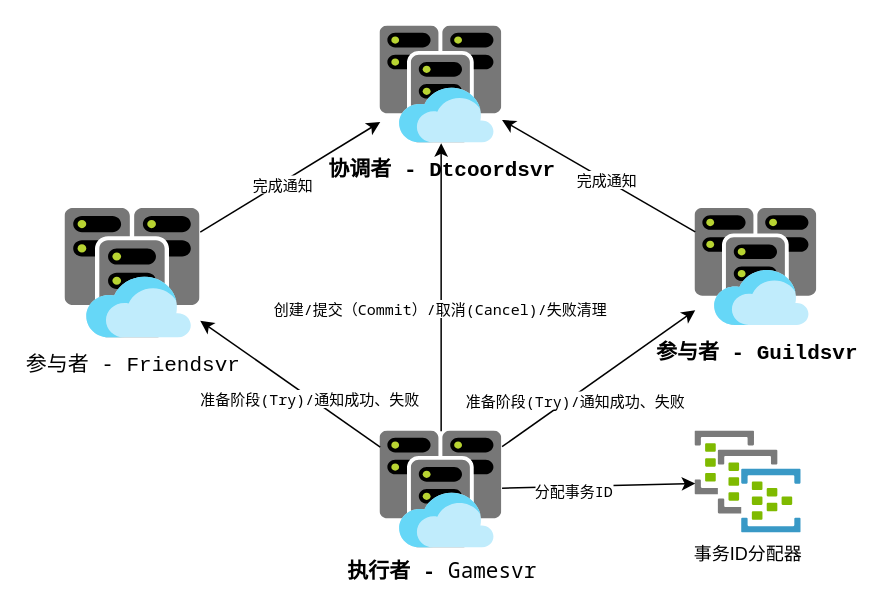
Before: page "transaction roles" (2 of 2) of source/post/2020/2005.drawio in owent/blog-hugo, a draw.io diagram. Source tidied: cells renumbered, new cells numbered last; positions are measured from the earlier drawing's top-left corner, leaving out a move shared by most shapes. Both pictures are drawn from the tidied source at 150%, with x=0, y=0 at pixel (64, 26).
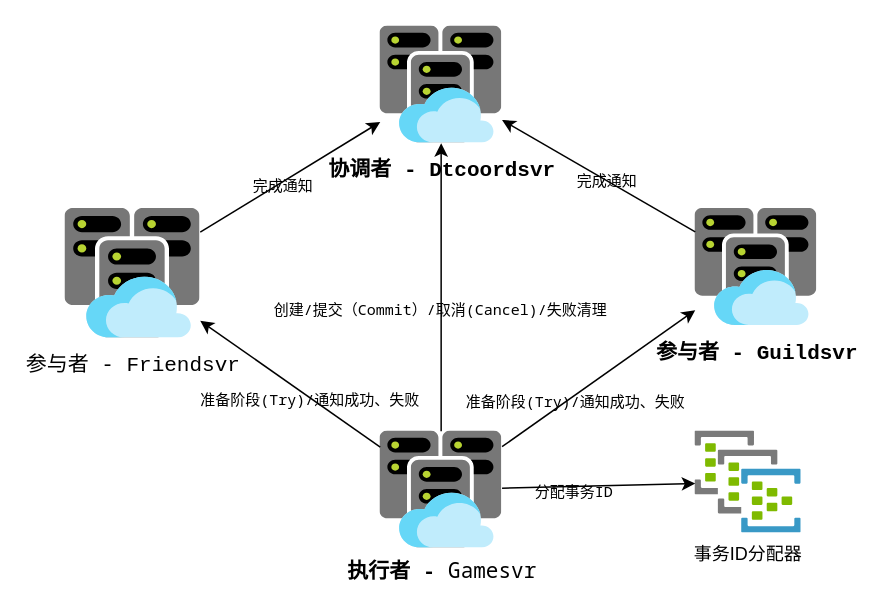
Above is the later version.

What changed in the source:
```diff
@@
 <mxGraphModel>
   <root>
     <mxCell id="0" />
     <mxCell id="1" parent="0" />
     <mxCell id="2" value="&lt;span style=&quot;font-weight: bold; font-family: &amp;quot;noto sans mono cjk sc, noto sans mono, dejavu sans mono, noto mono, yahei consolas hybrid,source code pro,microsoft yahei, consolas, serif&amp;quot;, consolas, &amp;quot;courier new&amp;quot;, monospace; font-size: 14px;&quot;&gt;执行者 -&amp;nbsp;&lt;/span&gt;Gamesvr" style="html=1;points=[];align=center;image;fontSize=14;image=img/lib/mscae/Virtual_Clusters.svg;fontFamily=Fira Code Retina, Noto Sans Mono, DejaVu Sans Mono, Noto Mono, Noto Sans Mono CJK SC, YaHei Consolas Hybrid,Source Code Pro,Microsoft YaHei, Consolas, serif;labelBackgroundColor=none;fontColor=#000000;" parent="1" vertex="1">
       <mxGeometry x="210" y="270" width="81.2" height="78" as="geometry" />
     </mxCell>
     <mxCell id="3" value="&lt;div style=&quot;font-family: &amp;quot;noto sans mono cjk sc, noto sans mono, dejavu sans mono, noto mono, yahei consolas hybrid,source code pro,microsoft yahei, consolas, serif&amp;quot;, consolas, &amp;quot;courier new&amp;quot;, monospace; font-size: 14px; line-height: 22px;&quot;&gt;&lt;span style=&quot;font-size: 14px;&quot;&gt;参与者 - Friendsvr&lt;/span&gt;&lt;/div&gt;" style="html=1;points=[];align=center;image;fontSize=14;image=img/lib/mscae/Virtual_Clusters.svg;fontFamily=Fira Code Retina, Noto Sans Mono, DejaVu Sans Mono, Noto Mono, Noto Sans Mono CJK SC, YaHei Consolas Hybrid,Source Code Pro,Microsoft YaHei, Consolas, serif;labelBackgroundColor=none;fontColor=#000000;fontStyle=0;" parent="1" vertex="1">
       <mxGeometry y="121.6" width="90" height="86.4" as="geometry" />
     </mxCell>
     <mxCell id="4" value="&lt;div style=&quot;font-family: &amp;quot;noto sans mono cjk sc, noto sans mono, dejavu sans mono, noto mono, yahei consolas hybrid,source code pro,microsoft yahei, consolas, serif&amp;quot;, consolas, &amp;quot;courier new&amp;quot;, monospace; font-size: 14px; line-height: 22px;&quot;&gt;&lt;span style=&quot;font-weight: bold; font-size: 14px;&quot;&gt;参与者 - Guildsvr&lt;/span&gt;&lt;/div&gt;" style="html=1;points=[];align=center;image;fontSize=14;image=img/lib/mscae/Virtual_Clusters.svg;fontFamily=Fira Code Retina, Noto Sans Mono, DejaVu Sans Mono, Noto Mono, Noto Sans Mono CJK SC, YaHei Consolas Hybrid,Source Code Pro,Microsoft YaHei, Consolas, serif;labelBackgroundColor=none;fontColor=#000000;" parent="1" vertex="1">
       <mxGeometry x="420" y="121.6" width="81.2" height="78" as="geometry" />
     </mxCell>
     <mxCell id="5" value="&lt;div style=&quot;font-family: &amp;quot;noto sans mono cjk sc, noto sans mono, dejavu sans mono, noto mono, yahei consolas hybrid,source code pro,microsoft yahei, consolas, serif&amp;quot;, consolas, &amp;quot;courier new&amp;quot;, monospace; font-size: 14px; line-height: 22px;&quot;&gt;&lt;span style=&quot;font-weight: bold; font-size: 14px;&quot;&gt;协调者 - Dtcoordsvr&lt;/span&gt;&lt;/div&gt;" style="html=1;points=[];align=center;image;fontSize=14;image=img/lib/mscae/Virtual_Clusters.svg;fontFamily=Fira Code Retina, Noto Sans Mono, DejaVu Sans Mono, Noto Mono, Noto Sans Mono CJK SC, YaHei Consolas Hybrid,Source Code Pro,Microsoft YaHei, Consolas, serif;labelBackgroundColor=none;fontColor=#000000;" parent="1" vertex="1">
       <mxGeometry x="210" width="81.2" height="78" as="geometry" />
     </mxCell>
-    <mxCell id="6" style="endArrow=classic;html=1;fontSize=14;fontColor=#000000;" parent="1" edge="1" source="2" target="3">
+    <mxCell id="6" style="endArrow=classic;html=1;fontSize=14;fontColor=#000000;labelBackgroundColor=none;" parent="1" edge="1" source="2" target="3">
       <mxGeometry relative="1" as="geometry" />
     </mxCell>
-    <mxCell id="7" value="准备阶段(Try)/通知成功、失败" style="edgeLabel;html=1;align=center;verticalAlign=middle;fontSize=10;fontFamily=Fira Code Retina, Noto Sans Mono, DejaVu Sans Mono, Noto Mono, Noto Sans Mono CJK SC, YaHei Consolas Hybrid,Source Code Pro,Microsoft YaHei, Consolas, serif;fontColor=#000000;" parent="6" vertex="1">
+    <mxCell id="7" value="准备阶段(Try)/通知成功、失败" style="edgeLabel;html=1;align=center;verticalAlign=middle;fontSize=10;fontFamily=Fira Code Retina, Noto Sans Mono, DejaVu Sans Mono, Noto Mono, Noto Sans Mono CJK SC, YaHei Consolas Hybrid,Source Code Pro,Microsoft YaHei, Consolas, serif;fontColor=#000000;labelBackgroundColor=none;" parent="6" vertex="1">
       <mxGeometry x="-0.21" relative="1" as="geometry" />
     </mxCell>
-    <mxCell id="8" style="endArrow=classic;html=1;fontSize=14;fontColor=#000000;" parent="1" edge="1" source="2" target="4">
+    <mxCell id="8" style="endArrow=classic;html=1;fontSize=14;fontColor=#000000;labelBackgroundColor=none;" parent="1" edge="1" source="2" target="4">
       <mxGeometry relative="1" as="geometry" />
     </mxCell>
-    <mxCell id="9" value="准备阶段(Try)/通知成功、失败" style="edgeLabel;html=1;align=center;verticalAlign=middle;fontSize=10;fontColor=#000000;fontFamily=Fira Code Retina, Noto Sans Mono, DejaVu Sans Mono, Noto Mono, Noto Sans Mono CJK SC, YaHei Consolas Hybrid,Source Code Pro,Microsoft YaHei, Consolas, serif;" parent="8" vertex="1">
+    <mxCell id="9" value="准备阶段(Try)/通知成功、失败" style="edgeLabel;html=1;align=center;verticalAlign=middle;fontSize=10;fontColor=#000000;fontFamily=Fira Code Retina, Noto Sans Mono, DejaVu Sans Mono, Noto Mono, Noto Sans Mono CJK SC, YaHei Consolas Hybrid,Source Code Pro,Microsoft YaHei, Consolas, serif;labelBackgroundColor=none;" parent="8" vertex="1">
       <mxGeometry x="-0.27" y="-2" relative="1" as="geometry" />
     </mxCell>
-    <mxCell id="10" style="endArrow=classic;html=1;fontSize=14;fontColor=#000000;" parent="1" edge="1" source="2" target="5">
+    <mxCell id="10" style="endArrow=classic;html=1;fontSize=14;fontColor=#000000;labelBackgroundColor=none;" parent="1" edge="1" source="2" target="5">
       <mxGeometry relative="1" as="geometry" />
     </mxCell>
-    <mxCell id="11" value="创建/提交（Commit）/取消(Cancel)/失败清理" style="edgeLabel;html=1;align=center;verticalAlign=middle;fontSize=10;fontFamily=Fira Code Retina, Noto Sans Mono, DejaVu Sans Mono, Noto Mono, Noto Sans Mono CJK SC, YaHei Consolas Hybrid,Source Code Pro,Microsoft YaHei, Consolas, serif;fontColor=#000000;" parent="10" vertex="1">
+    <mxCell id="11" value="创建/提交（Commit）/取消(Cancel)/失败清理" style="edgeLabel;html=1;align=center;verticalAlign=middle;fontSize=10;fontFamily=Fira Code Retina, Noto Sans Mono, DejaVu Sans Mono, Noto Mono, Noto Sans Mono CJK SC, YaHei Consolas Hybrid,Source Code Pro,Microsoft YaHei, Consolas, serif;fontColor=#000000;labelBackgroundColor=none;" parent="10" vertex="1">
       <mxGeometry x="-0.14" y="1" relative="1" as="geometry" />
     </mxCell>
-    <mxCell id="12" style="endArrow=classic;html=1;fontSize=14;fontColor=#000000;" parent="1" edge="1" source="3" target="5">
+    <mxCell id="12" style="endArrow=classic;html=1;fontSize=14;fontColor=#000000;labelBackgroundColor=none;" parent="1" edge="1" source="3" target="5">
       <mxGeometry relative="1" as="geometry" />
     </mxCell>
-    <mxCell id="13" value="完成通知" style="edgeLabel;html=1;align=center;verticalAlign=middle;fontSize=10;fontFamily=Fira Code Retina, Noto Sans Mono, DejaVu Sans Mono, Noto Mono, Noto Sans Mono CJK SC, YaHei Consolas Hybrid,Source Code Pro,Microsoft YaHei, Consolas, serif;fontColor=#000000;" parent="12" vertex="1">
+    <mxCell id="13" value="完成通知" style="edgeLabel;html=1;align=center;verticalAlign=middle;fontSize=10;fontFamily=Fira Code Retina, Noto Sans Mono, DejaVu Sans Mono, Noto Mono, Noto Sans Mono CJK SC, YaHei Consolas Hybrid,Source Code Pro,Microsoft YaHei, Consolas, serif;fontColor=#000000;labelBackgroundColor=none;" parent="12" vertex="1">
       <mxGeometry x="-0.09" y="1" relative="1" as="geometry">
         <mxPoint y="1" as="offset" />
       </mxGeometry>
     </mxCell>
-    <mxCell id="14" style="endArrow=classic;html=1;fontSize=14;fontColor=#000000;" parent="1" edge="1" source="4" target="5">
+    <mxCell id="14" style="endArrow=classic;html=1;fontSize=14;fontColor=#000000;labelBackgroundColor=none;" parent="1" edge="1" source="4" target="5">
       <mxGeometry relative="1" as="geometry" />
     </mxCell>
-    <mxCell id="15" value="完成通知" style="edgeLabel;html=1;align=center;verticalAlign=middle;fontSize=10;fontFamily=Fira Code Retina, Noto Sans Mono, DejaVu Sans Mono, Noto Mono, Noto Sans Mono CJK SC, YaHei Consolas Hybrid,Source Code Pro,Microsoft YaHei, Consolas, serif;fontColor=#000000;" parent="14" vertex="1">
+    <mxCell id="15" value="完成通知" style="edgeLabel;html=1;align=center;verticalAlign=middle;fontSize=10;fontFamily=Fira Code Retina, Noto Sans Mono, DejaVu Sans Mono, Noto Mono, Noto Sans Mono CJK SC, YaHei Consolas Hybrid,Source Code Pro,Microsoft YaHei, Consolas, serif;fontColor=#000000;labelBackgroundColor=none;" parent="14" vertex="1">
       <mxGeometry x="-0.07" y="-1" relative="1" as="geometry" />
     </mxCell>
     <mxCell id="16" value="事务ID分配器" style="html=1;points=[];align=center;image;fontSize=12;image=img/lib/mscae/Event_Hub_Clusters.svg;labelBackgroundColor=none;fontColor=#000000;" parent="1" vertex="1">
       <mxGeometry x="420" y="270" width="70.8" height="68" as="geometry" />
     </mxCell>
-    <mxCell id="17" style="endArrow=classic;html=1;fontSize=14;fontColor=#000000;" parent="1" edge="1" source="2" target="16">
+    <mxCell id="17" style="endArrow=classic;html=1;fontSize=14;fontColor=#000000;labelBackgroundColor=none;" parent="1" edge="1" source="2" target="16">
       <mxGeometry relative="1" as="geometry" />
     </mxCell>
-    <mxCell id="18" value="分配事务ID" style="edgeLabel;html=1;align=center;verticalAlign=middle;fontSize=10;fontColor=#000000;fontFamily=Fira Code Retina, Noto Sans Mono, DejaVu Sans Mono, Noto Mono, Noto Sans Mono CJK SC, YaHei Consolas Hybrid,Source Code Pro,Microsoft YaHei, Consolas, serif;" parent="17" vertex="1">
+    <mxCell id="18" value="分配事务ID" style="edgeLabel;html=1;align=center;verticalAlign=middle;fontSize=10;fontColor=#000000;fontFamily=Fira Code Retina, Noto Sans Mono, DejaVu Sans Mono, Noto Mono, Noto Sans Mono CJK SC, YaHei Consolas Hybrid,Source Code Pro,Microsoft YaHei, Consolas, serif;labelBackgroundColor=none;" parent="17" vertex="1">
       <mxGeometry x="-0.27" y="-2" relative="1" as="geometry" />
     </mxCell>
   </root>
 </mxGraphModel>
```
